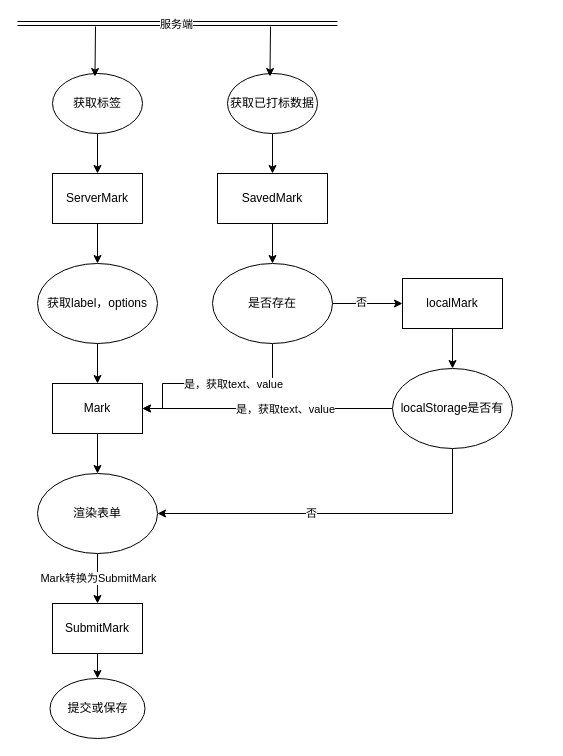
Earlier version of the draw.io diagram 2018/Untitled Diagram.drawio (owlivendy/owliVendy.github.io). Source tidied: cells renumbered, new cells numbered last; positions are measured from the earlier drawing's top-left corner, leaving out a move shared by most shapes. Both pictures are drawn from the tidied source at 100%, with x=0, y=0 at pixel (17, 23).
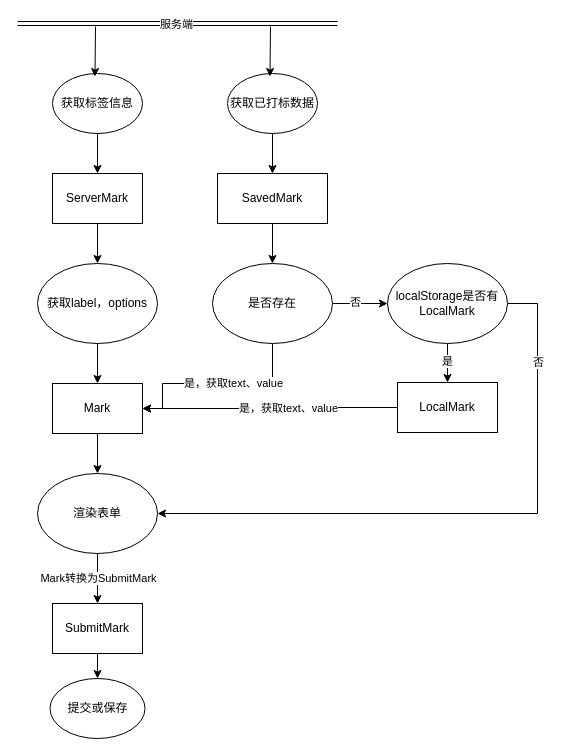
The same diagram, later.

The change refers to these unchanged cells:
```xml
<mxCell id="3" value="Mark" style="rounded=0;whiteSpace=wrap;html=1;" parent="1" vertex="1">
  <mxGeometry x="35" y="360" width="90" height="50" as="geometry" />
</mxCell>
<mxCell id="12" style="edgeStyle=orthogonalEdgeStyle;rounded=0;jettySize=auto;html=1;entryX=1;entryY=0.5;entryDx=0;entryDy=0;" parent="1" edge="1" source="16" target="3">
  <mxGeometry relative="1" as="geometry">
    <Array as="points">
      <mxPoint x="255" y="360" />
      <mxPoint x="145" y="360" />
      <mxPoint x="145" y="385" />
    </Array>
  </mxGeometry>
</mxCell>
<mxCell id="16" value="是否存在" style="ellipse;whiteSpace=wrap;html=1;" parent="1" vertex="1">
  <mxGeometry x="195" y="240" width="120" height="80" as="geometry" />
</mxCell>
<mxCell id="26" value="渲染表单" style="ellipse;whiteSpace=wrap;html=1;" parent="1" vertex="1">
  <mxGeometry x="20" y="450" width="120" height="80" as="geometry" />
</mxCell>
```

Diff of the diagram source:
```diff
@@
     <mxCell id="13" value="是，获取text、value" style="edgeLabel;html=1;align=center;verticalAlign=middle;" parent="12" vertex="1">
       <mxGeometry x="0.28" relative="1" as="geometry">
-        <mxPoint x="45" as="offset" />
+        <mxPoint x="45" y="-1" as="offset" />
       </mxGeometry>
     </mxCell>
-    <mxCell id="14" style="edgeStyle=orthogonalEdgeStyle;rounded=0;jettySize=auto;html=1;" parent="1" edge="1" source="16" target="18">
+    <mxCell id="14" style="edgeStyle=orthogonalEdgeStyle;rounded=0;jettySize=auto;html=1;entryX=0;entryY=0.5;entryDx=0;entryDy=0;" parent="1" edge="1" source="16" target="23">
       <mxGeometry relative="1" as="geometry" />
     </mxCell>
@@
-    <mxCell id="17" style="edgeStyle=orthogonalEdgeStyle;rounded=0;jettySize=auto;html=1;" parent="1" edge="1" source="18" target="23">
-      <mxGeometry relative="1" as="geometry" />
-    </mxCell>
-    <mxCell id="18" value="localMark" style="rounded=0;whiteSpace=wrap;html=1;" parent="1" vertex="1">
-      <mxGeometry x="385" y="255" width="100" height="50" as="geometry" />
+    <mxCell id="18" value="LocalMark" style="rounded=0;whiteSpace=wrap;html=1;" parent="1" vertex="1">
+      <mxGeometry x="380" y="359" width="100" height="50" as="geometry" />
     </mxCell>
-    <mxCell id="19" style="edgeStyle=orthogonalEdgeStyle;rounded=0;jettySize=auto;html=1;entryX=1;entryY=0.5;entryDx=0;entryDy=0;" parent="1" edge="1" source="23" target="3">
+    <mxCell id="19" style="edgeStyle=orthogonalEdgeStyle;rounded=0;jettySize=auto;html=1;entryX=1;entryY=0.5;entryDx=0;entryDy=0;exitX=0;exitY=0.5;exitDx=0;exitDy=0;" parent="1" edge="1" source="18" target="3">
       <mxGeometry relative="1" as="geometry" />
     </mxCell>
@@
-    <mxCell id="21" style="edgeStyle=orthogonalEdgeStyle;rounded=0;jettySize=auto;html=1;entryX=1;entryY=0.5;entryDx=0;entryDy=0;" parent="1" edge="1" source="23" target="26">
+    <mxCell id="21" style="edgeStyle=orthogonalEdgeStyle;rounded=0;jettySize=auto;html=1;entryX=1;entryY=0.5;entryDx=0;entryDy=0;exitX=1;exitY=0.5;exitDx=0;exitDy=0;" parent="1" edge="1" source="23" target="26">
       <mxGeometry relative="1" as="geometry">
         <Array as="points">
-          <mxPoint x="435" y="490" />
+          <mxPoint x="520" y="280" />
+          <mxPoint x="520" y="490" />
         </Array>
       </mxGeometry>
     </mxCell>
     <mxCell id="22" value="否" style="edgeLabel;html=1;align=center;verticalAlign=middle;" parent="21" vertex="1">
-      <mxGeometry x="0.15" y="-1" relative="1" as="geometry" />
+      <mxGeometry x="0.15" y="-1" relative="1" as="geometry">
+        <mxPoint x="117" y="-151" as="offset" />
+      </mxGeometry>
     </mxCell>
+    <mxCell id="36" style="edgeStyle=orthogonalEdgeStyle;rounded=0;jettySize=auto;html=1;" parent="1" edge="1" source="23" target="18">
+      <mxGeometry relative="1" as="geometry" />
+    </mxCell>
+    <mxCell id="37" value="是" style="edgeLabel;html=1;align=center;verticalAlign=middle;" parent="36" vertex="1">
+      <mxGeometry x="-0.17" y="3" relative="1" as="geometry">
+        <mxPoint x="-4" as="offset" />
+      </mxGeometry>
+    </mxCell>
-    <mxCell id="23" value="localStorage是否有" style="ellipse;whiteSpace=wrap;html=1;" parent="1" vertex="1">
-      <mxGeometry x="375" y="345" width="120" height="80" as="geometry" />
+    <mxCell id="23" value="localStorage是否有LocalMark" style="ellipse;whiteSpace=wrap;html=1;" parent="1" vertex="1">
+      <mxGeometry x="370" y="240" width="120" height="80" as="geometry" />
     </mxCell>
@@
-    <mxCell id="29" value="获取标签" style="ellipse;whiteSpace=wrap;html=1;" parent="1" vertex="1">
+    <mxCell id="29" value="获取标签信息" style="ellipse;whiteSpace=wrap;html=1;" parent="1" vertex="1">
       <mxGeometry x="35" y="50" width="90" height="60" as="geometry" />
     </mxCell>
```
